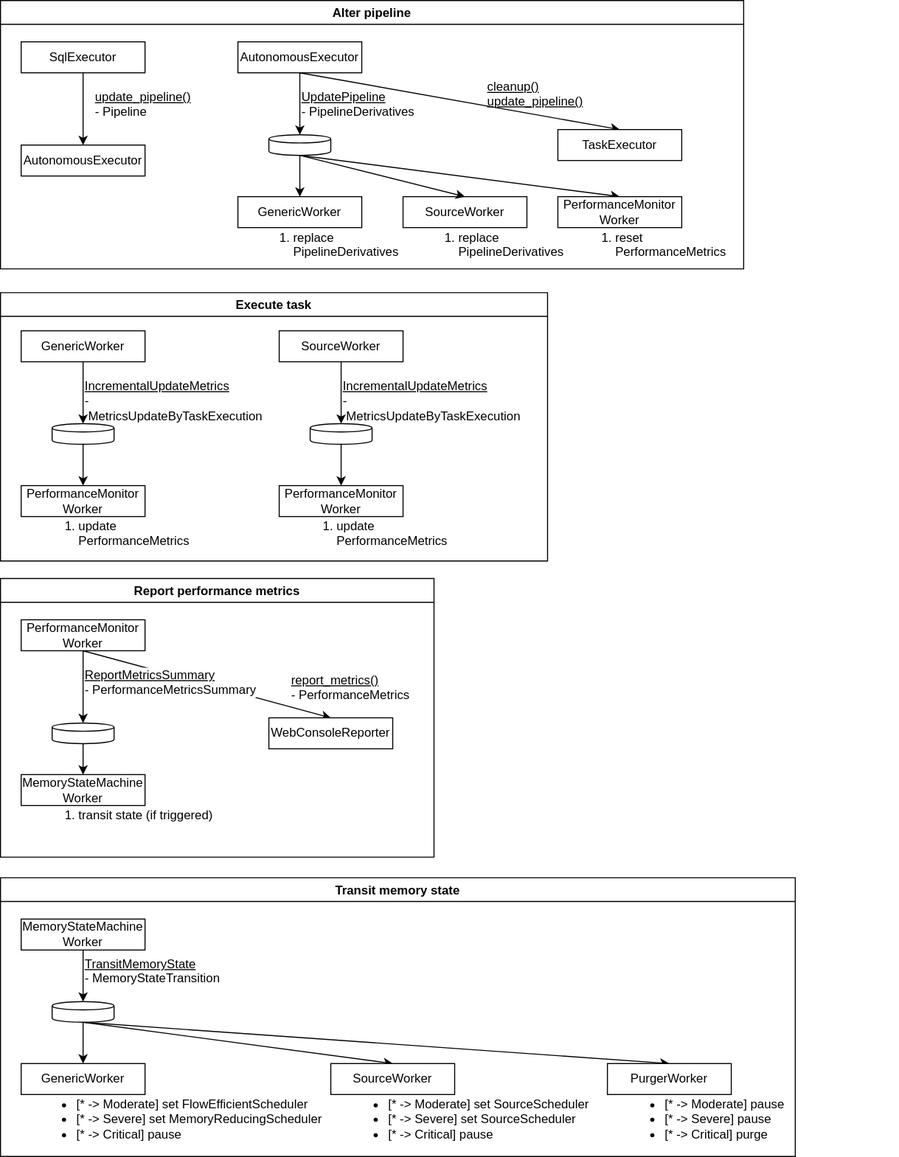
Before: static/img/stream-engine-architecture-communication.svg, a diagram exported from draw.io (SpringQL/SpringQL.github.io). Source tidied: cells renumbered, new cells last; positions are measured from the earlier drawing's top-left corner, leaving out a move shared by most shapes.
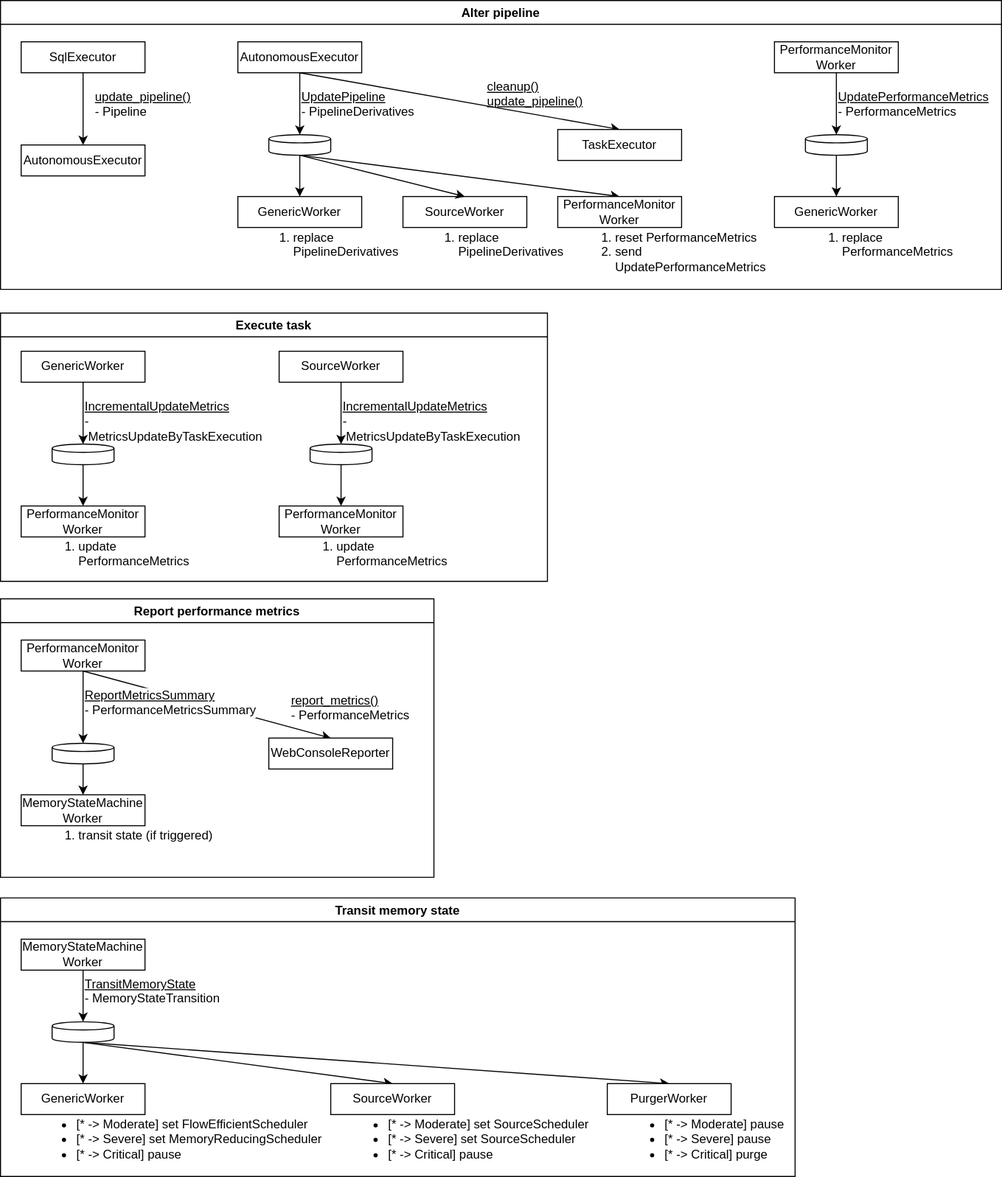
Later version of the same file.

What changed in the source:
```diff
@@ -3,7 +3,7 @@
     <mxCell id="0" />
     <mxCell id="1" parent="0" />
     <mxCell id="2" value="Alter pipeline" style="swimlane;" parent="1" vertex="1">
-      <mxGeometry width="720" height="260" as="geometry" />
+      <mxGeometry y="-20" width="970" height="280" as="geometry" />
     </mxCell>
     <mxCell id="3" value="SqlExecutor" style="rounded=0;whiteSpace=wrap;html=1;" parent="2" vertex="1">
       <mxGeometry x="20" y="40" width="120" height="30" as="geometry" />
@@ -47,7 +47,7 @@
     <mxCell id="16" value="PerformanceMonitor&lt;br&gt;Worker" style="rounded=0;whiteSpace=wrap;html=1;" parent="2" vertex="1">
       <mxGeometry x="540" y="190" width="120" height="30" as="geometry" />
     </mxCell>
-    <mxCell id="17" value="&lt;ol&gt;&lt;li&gt;&lt;span&gt;reset PerformanceMetrics&lt;/span&gt;&lt;/li&gt;&lt;/ol&gt;" style="text;html=1;strokeColor=none;fillColor=none;align=left;verticalAlign=top;whiteSpace=wrap;rounded=0;spacing=-14;" parent="2" vertex="1">
+    <mxCell id="17" value="&lt;ol&gt;&lt;li&gt;&lt;span&gt;reset PerformanceMetrics&lt;/span&gt;&lt;/li&gt;&lt;li&gt;&lt;span&gt;send UpdatePerformanceMetrics&lt;/span&gt;&lt;/li&gt;&lt;/ol&gt;" style="text;html=1;strokeColor=none;fillColor=none;align=left;verticalAlign=top;whiteSpace=wrap;rounded=0;spacing=-14;" parent="2" vertex="1">
       <mxGeometry x="570" y="220" width="125" height="40" as="geometry" />
     </mxCell>
     <mxCell id="18" value="TaskExecutor" style="rounded=0;whiteSpace=wrap;html=1;" parent="2" vertex="1">
@@ -56,6 +56,24 @@
     <mxCell id="19" value="&lt;u&gt;cleanup()&lt;br&gt;update_pipeline()&lt;/u&gt;" style="text;html=1;strokeColor=none;fillColor=none;align=left;verticalAlign=top;whiteSpace=wrap;rounded=0;" parent="2" vertex="1">
       <mxGeometry x="470" y="70" width="110" height="50" as="geometry" />
     </mxCell>
+    <mxCell id="63" style="edgeStyle=orthogonalEdgeStyle;rounded=0;jettySize=auto;html=1;exitX=0.5;exitY=1;exitDx=0;exitDy=0;entryX=0.5;entryY=0;entryDx=0;entryDy=0;entryPerimeter=0;" parent="2" edge="1" source="64" target="66">
+      <mxGeometry relative="1" as="geometry" />
+    </mxCell>
+    <mxCell id="64" value="PerformanceMonitor&lt;br&gt;Worker" style="rounded=0;whiteSpace=wrap;html=1;" parent="2" vertex="1">
+      <mxGeometry x="750" y="40" width="120" height="30" as="geometry" />
+    </mxCell>
+    <mxCell id="65" style="edgeStyle=orthogonalEdgeStyle;rounded=0;jettySize=auto;html=1;exitX=0.5;exitY=1;exitDx=0;exitDy=0;exitPerimeter=0;entryX=0.5;entryY=0;entryDx=0;entryDy=0;" parent="2" edge="1" source="66" target="67">
+      <mxGeometry relative="1" as="geometry" />
+    </mxCell>
+    <mxCell id="66" style="shape=cylinder3;whiteSpace=wrap;html=1;boundedLbl=1;backgroundOutline=1;size=4;" parent="2" vertex="1">
+      <mxGeometry x="780" y="130" width="60" height="20" as="geometry" />
+    </mxCell>
+    <mxCell id="67" value="GenericWorker" style="rounded=0;whiteSpace=wrap;html=1;" parent="2" vertex="1">
+      <mxGeometry x="750" y="190" width="120" height="30" as="geometry" />
+    </mxCell>
+    <mxCell id="68" value="&lt;ol&gt;&lt;li&gt;&lt;span&gt;replace&lt;br&gt;&lt;/span&gt;PerformanceMetrics&lt;/li&gt;&lt;/ol&gt;" style="text;html=1;strokeColor=none;fillColor=none;align=left;verticalAlign=top;whiteSpace=wrap;rounded=0;spacing=-14;" parent="2" vertex="1">
+      <mxGeometry x="790" y="220" width="120" height="40" as="geometry" />
+    </mxCell>
     <mxCell id="20" value="Execute task" style="swimlane;" parent="1" vertex="1">
       <mxGeometry y="283" width="530" height="260" as="geometry" />
     </mxCell>
@@ -156,10 +174,10 @@
       <mxGeometry x="618" y="210" width="252" height="40" as="geometry" />
     </mxCell>
     <mxCell id="53" value="SourceWorker" style="rounded=0;whiteSpace=wrap;html=1;" parent="1" vertex="1">
-      <mxGeometry x="390" y="190" width="120" height="30" as="geometry" />
+      <mxGeometry x="390" y="170" width="120" height="30" as="geometry" />
     </mxCell>
     <mxCell id="54" value="&lt;ol&gt;&lt;li&gt;&lt;span&gt;replace PipelineDerivatives&lt;/span&gt;&lt;/li&gt;&lt;/ol&gt;" style="text;html=1;strokeColor=none;fillColor=none;align=left;verticalAlign=top;whiteSpace=wrap;rounded=0;spacing=-14;" parent="1" vertex="1">
-      <mxGeometry x="418" y="220" width="125" height="40" as="geometry" />
+      <mxGeometry x="418" y="200" width="125" height="40" as="geometry" />
     </mxCell>
     <mxCell id="55" style="edgeStyle=none;rounded=0;jettySize=auto;html=1;exitX=0.5;exitY=1;exitDx=0;exitDy=0;exitPerimeter=0;entryX=0.5;entryY=0;entryDx=0;entryDy=0;" parent="1" edge="1" source="12" target="53">
       <mxGeometry relative="1" as="geometry" />
@@ -185,5 +203,8 @@
     <mxCell id="62" value="&lt;ol&gt;&lt;li&gt;&lt;span&gt;update PerformanceMetrics&lt;/span&gt;&lt;/li&gt;&lt;/ol&gt;" style="text;html=1;strokeColor=none;fillColor=none;align=left;verticalAlign=top;whiteSpace=wrap;rounded=0;spacing=-14;" parent="1" vertex="1">
       <mxGeometry x="300" y="500" width="125" height="40" as="geometry" />
     </mxCell>
+    <mxCell id="69" value="&lt;u&gt;UpdatePerformanceMetrics&lt;/u&gt;&lt;br&gt;- PerformanceMetrics" style="text;html=1;strokeColor=none;fillColor=none;align=left;verticalAlign=top;whiteSpace=wrap;rounded=0;" parent="1" vertex="1">
+      <mxGeometry x="810" y="60" width="130" height="40" as="geometry" />
+    </mxCell>
   </root>
 </mxGraphModel>
```
